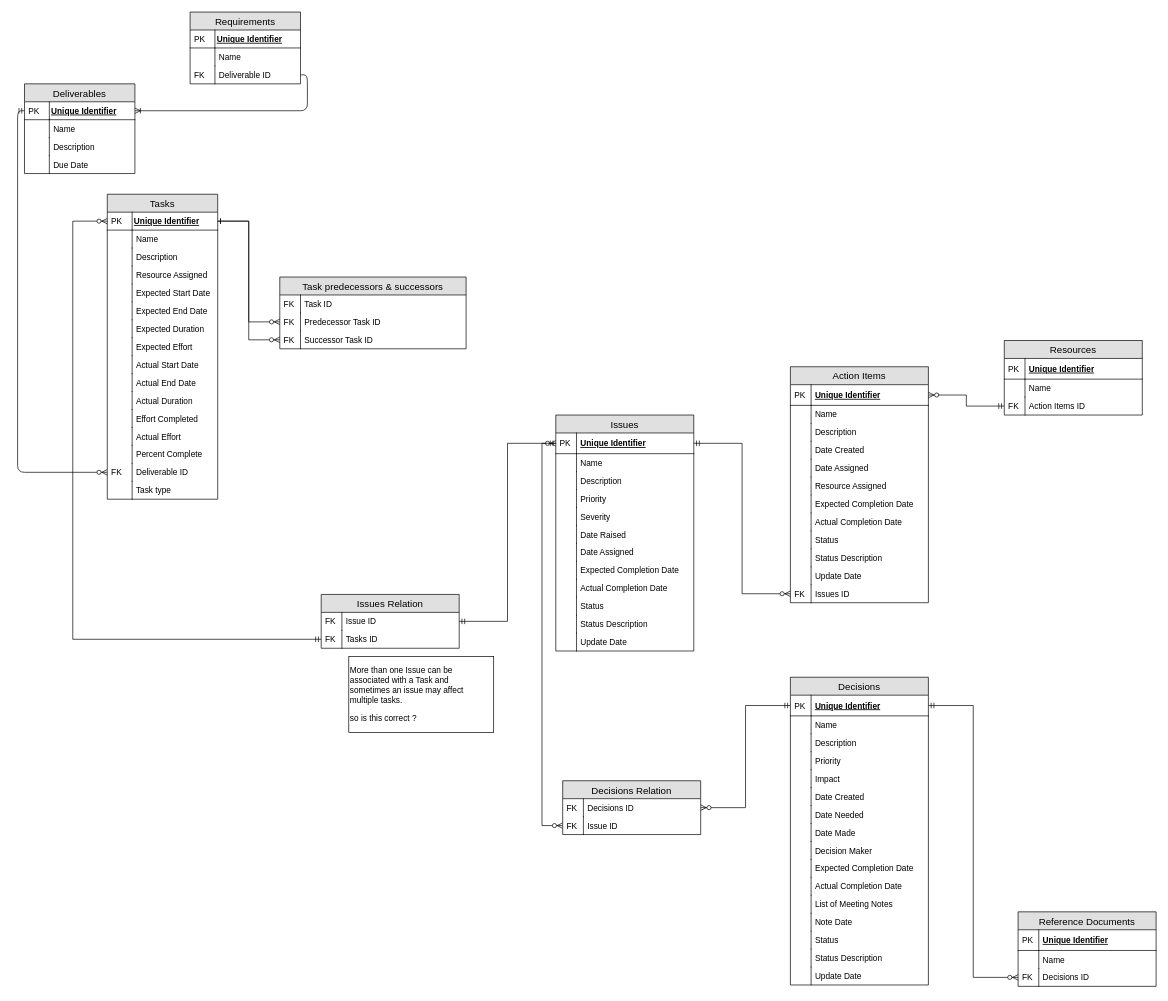
Before: ERD.drawio in alicebalayan/comp380---project3, a draw.io diagram. Source tidied: cells renumbered, new cells numbered last; positions are measured from the earlier drawing's top-left corner, leaving out a move shared by most shapes. Both pictures are drawn from the tidied source at 69%, with x=0, y=0 at pixel (24, 12).
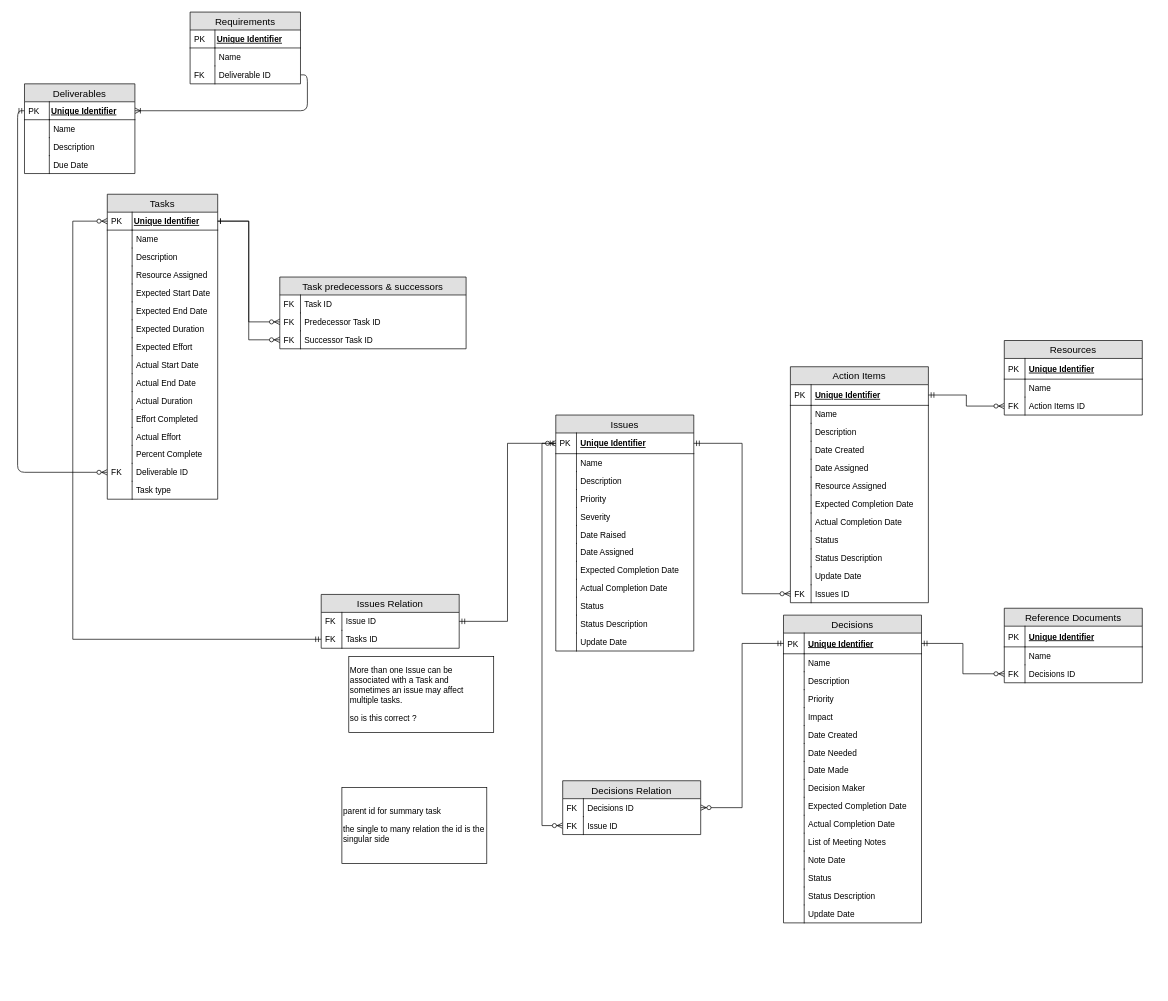
The same diagram, later.

The change refers to these unchanged cells:
```xml
<mxCell id="62" value="Unique Identifier" style="shape=partialRectangle;top=0;left=0;right=0;bottom=1;align=left;verticalAlign=middle;fillColor=none;spacingLeft=34;spacingRight=4;overflow=hidden;points=[[0,0.5],[1,0.5]];portConstraint=eastwest;fontStyle=5;fontSize=12;" parent="61" vertex="1">
  <mxGeometry y="26" width="200" height="30" as="geometry" />
</mxCell>
<mxCell id="150" value="Action Items ID&#10;" style="shape=partialRectangle;top=0;left=0;right=0;bottom=0;align=left;verticalAlign=top;fillColor=none;spacingLeft=34;spacingRight=4;overflow=hidden;points=[[0,0.5],[1,0.5]];portConstraint=eastwest;fontSize=12;" parent="145" vertex="1">
  <mxGeometry y="82" width="200" height="26" as="geometry" />
</mxCell>
```

Diff of the diagram source:
```diff
@@
     <mxCell id="28" value="Decisions" style="swimlane;fontStyle=0;horizontal=1;startSize=26;fillColor=#e0e0e0;swimlaneFillColor=#ffffff;align=center;fontSize=14;" parent="1" vertex="1">
-      <mxGeometry x="1110" y="964" width="200" height="446" as="geometry" />
+      <mxGeometry x="1100" y="874" width="200" height="446" as="geometry" />
     </mxCell>
@@
     <mxCell id="86" value="Reference Documents" style="swimlane;fontStyle=0;horizontal=1;startSize=26;fillColor=#e0e0e0;swimlaneFillColor=#ffffff;align=center;fontSize=14;" parent="1" vertex="1">
-      <mxGeometry x="1440" y="1304" width="200" height="108" as="geometry" />
+      <mxGeometry x="1420" y="864" width="200" height="108" as="geometry" />
     </mxCell>
@@
-    <mxCell id="144" style="edgeStyle=elbowEdgeStyle;rounded=0;jettySize=auto;html=1;exitX=1;exitY=0.5;exitDx=0;exitDy=0;startArrow=ERzeroToMany;startFill=1;endArrow=ERmandOne;endFill=0;entryX=0;entryY=0.5;entryDx=0;entryDy=0;" parent="1" edge="1" source="62" target="150">
+    <mxCell id="144" style="edgeStyle=elbowEdgeStyle;rounded=0;jettySize=auto;html=1;exitX=0;exitY=0.5;exitDx=0;exitDy=0;startArrow=ERzeroToMany;startFill=1;endArrow=ERmandOne;endFill=0;entryX=1;entryY=0.5;entryDx=0;entryDy=0;" parent="1" edge="1" source="150" target="62">
       <mxGeometry relative="1" as="geometry" />
     </mxCell>
@@
+    <mxCell id="177" value="&lt;p class=&quot;Paragraph&quot;&gt;parent id for summary task&amp;nbsp;&lt;br&gt;&lt;/p&gt;&lt;p class=&quot;Paragraph&quot;&gt;the single to many relation the id is the singular side&amp;nbsp;&lt;/p&gt;" style="rounded=0;whiteSpace=wrap;html=1;align=left;" parent="1" vertex="1">
+      <mxGeometry x="460" y="1124" width="210" height="110" as="geometry" />
+    </mxCell>
```
